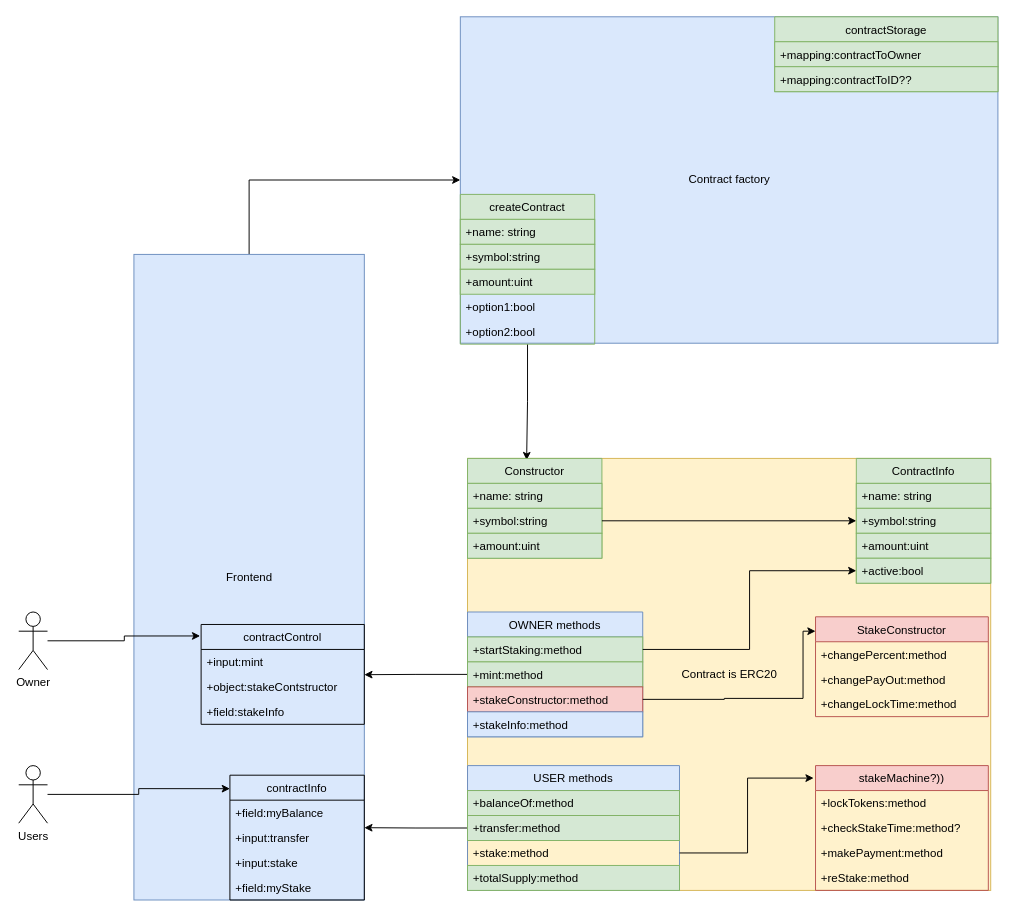
Above: Architecture_v0.1.drawio in bbutterm/TokenFactory (draw.io), before the change. Source tidied: cells renumbered, new cells numbered last; positions are measured from the earlier drawing's top-left corner, leaving out a move shared by most shapes. Both pictures are drawn from the tidied source at 96%, with x=0, y=0 at pixel (18, 16).
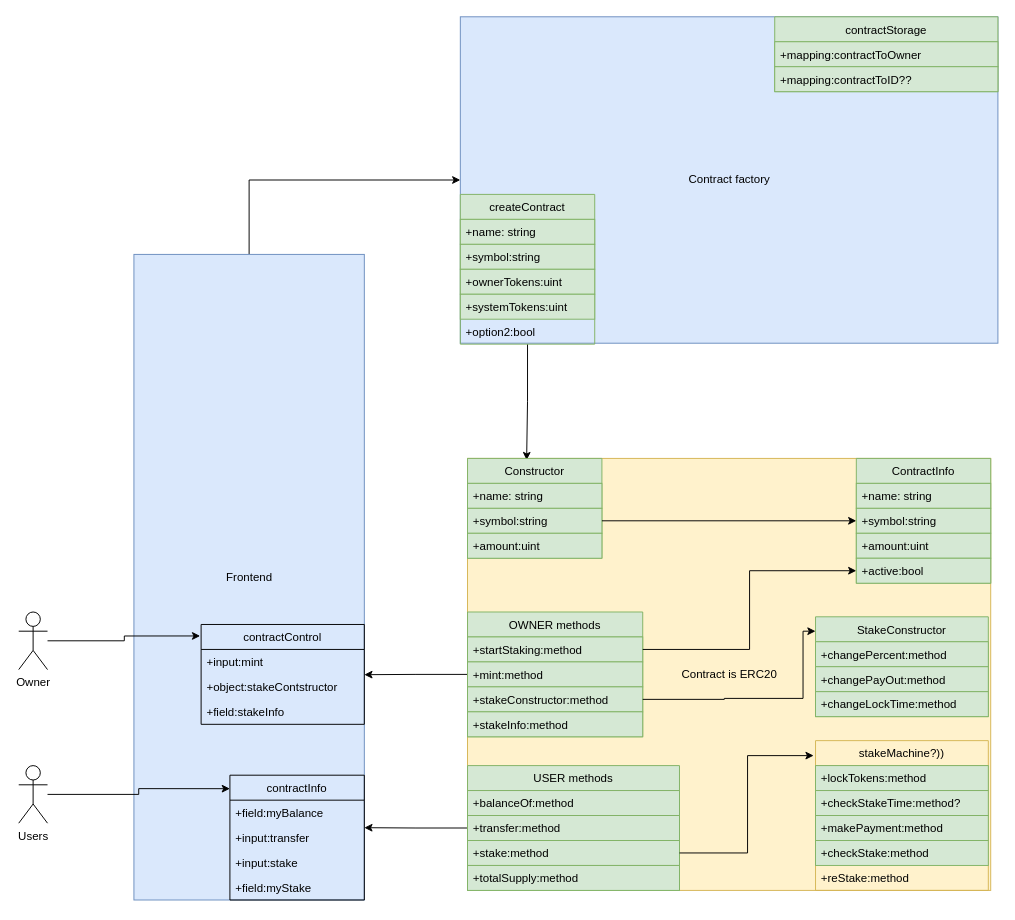
The same page after the edit.

The change refers to these unchanged cells:
```xml
<mxCell id="8" value="createContract" style="swimlane;fontStyle=0;horizontal=1;startSize=26;fillColor=#d5e8d4;strokeColor=#82b366;" parent="1" vertex="1">
  <mxGeometry x="460" y="185" width="140" height="156" as="geometry" />
</mxCell>
```

What changed in the source:
```diff
@@
-    <mxCell id="11" value="+amount:uint" style="text;strokeColor=#82b366;fillColor=#d5e8d4;align=left;verticalAlign=top;spacingLeft=4;spacingRight=4;overflow=hidden;" parent="8" vertex="1">
+    <mxCell id="11" value="+ownerTokens:uint    " style="text;strokeColor=#82b366;fillColor=#d5e8d4;align=left;verticalAlign=top;spacingLeft=4;spacingRight=4;overflow=hidden;" parent="8" vertex="1">
       <mxGeometry y="78" width="140" height="26" as="geometry" />
     </mxCell>
-    <mxCell id="12" value="+option1:bool" style="text;strokeColor=none;fillColor=none;align=left;verticalAlign=top;spacingLeft=4;spacingRight=4;overflow=hidden;" parent="8" vertex="1">
+    <mxCell id="12" value="+systemTokens:uint" style="text;strokeColor=#82b366;fillColor=#d5e8d4;align=left;verticalAlign=top;spacingLeft=4;spacingRight=4;overflow=hidden;" parent="8" vertex="1">
       <mxGeometry y="104" width="140" height="26" as="geometry" />
     </mxCell>
@@
-    <mxCell id="19" value="USER methods" style="swimlane;fontStyle=0;horizontal=1;startSize=26;fillColor=#dae8fc;strokeColor=#6c8ebf;" parent="1" vertex="1">
+    <mxCell id="19" value="USER methods" style="swimlane;fontStyle=0;horizontal=1;startSize=26;fillColor=#d5e8d4;strokeColor=#82b366;" parent="1" vertex="1">
       <mxGeometry x="467.5" y="780" width="220.8" height="130" as="geometry" />
     </mxCell>
@@
-    <mxCell id="22" value="+stake:method" style="text;strokeColor=none;fillColor=none;align=left;verticalAlign=top;spacingLeft=4;spacingRight=4;overflow=hidden;points=[[0,0.5],[1,0.5]];portConstraint=eastwest;" parent="19" vertex="1">
+    <mxCell id="22" value="+stake:method" style="text;strokeColor=#82b366;fillColor=#d5e8d4;align=left;verticalAlign=top;spacingLeft=4;spacingRight=4;overflow=hidden;points=[[0,0.5],[1,0.5]];portConstraint=eastwest;" parent="19" vertex="1">
       <mxGeometry y="78" width="220.8" height="26" as="geometry" />
     </mxCell>
@@
-    <mxCell id="25" value="OWNER methods" style="swimlane;fontStyle=0;horizontal=1;startSize=26;fillColor=#dae8fc;strokeColor=#6c8ebf;" parent="1" vertex="1">
+    <mxCell id="25" value="OWNER methods" style="swimlane;fontStyle=0;horizontal=1;startSize=26;fillColor=#d5e8d4;strokeColor=#82b366;" parent="1" vertex="1">
       <mxGeometry x="467.5" y="620" width="182.5" height="130" as="geometry" />
     </mxCell>
@@
-    <mxCell id="28" value="+stakeConstructor:method" style="text;strokeColor=#b85450;fillColor=#f8cecc;align=left;verticalAlign=top;spacingLeft=4;spacingRight=4;overflow=hidden;points=[[0,0.5],[1,0.5]];portConstraint=eastwest;" parent="25" vertex="1">
+    <mxCell id="28" value="+stakeConstructor:method" style="text;strokeColor=#82b366;fillColor=#d5e8d4;align=left;verticalAlign=top;spacingLeft=4;spacingRight=4;overflow=hidden;points=[[0,0.5],[1,0.5]];portConstraint=eastwest;" parent="25" vertex="1">
       <mxGeometry y="78" width="182.5" height="26" as="geometry" />
     </mxCell>
-    <mxCell id="29" value="+stakeInfo:method" style="text;strokeColor=#6c8ebf;fillColor=#dae8fc;align=left;verticalAlign=top;spacingLeft=4;spacingRight=4;overflow=hidden;" parent="25" vertex="1">
+    <mxCell id="29" value="+stakeInfo:method" style="text;strokeColor=#82b366;fillColor=#d5e8d4;align=left;verticalAlign=top;spacingLeft=4;spacingRight=4;overflow=hidden;" parent="25" vertex="1">
       <mxGeometry y="104" width="182.5" height="26" as="geometry" />
     </mxCell>
@@
-    <mxCell id="51" value="StakeConstructor" style="swimlane;fontStyle=0;horizontal=1;startSize=26;fillColor=#f8cecc;strokeColor=#b85450;" parent="1" vertex="1">
+    <mxCell id="51" value="StakeConstructor" style="swimlane;fontStyle=0;horizontal=1;startSize=26;fillColor=#d5e8d4;strokeColor=#82b366;" parent="1" vertex="1">
       <mxGeometry x="830" y="625" width="180" height="104" as="geometry" />
     </mxCell>
-    <mxCell id="52" value="+changePercent:method" style="text;strokeColor=none;fillColor=none;align=left;verticalAlign=top;spacingLeft=4;spacingRight=4;overflow=hidden;" parent="51" vertex="1">
+    <mxCell id="52" value="+changePercent:method" style="text;strokeColor=#82b366;fillColor=#d5e8d4;align=left;verticalAlign=top;spacingLeft=4;spacingRight=4;overflow=hidden;" parent="51" vertex="1">
       <mxGeometry y="26" width="180" height="26" as="geometry" />
     </mxCell>
-    <mxCell id="53" value="+changePayOut:method" style="text;strokeColor=none;fillColor=none;align=left;verticalAlign=top;spacingLeft=4;spacingRight=4;overflow=hidden;" parent="51" vertex="1">
+    <mxCell id="53" value="+changePayOut:method" style="text;strokeColor=#82b366;fillColor=#d5e8d4;align=left;verticalAlign=top;spacingLeft=4;spacingRight=4;overflow=hidden;" parent="51" vertex="1">
       <mxGeometry y="52" width="180" height="26" as="geometry" />
     </mxCell>
-    <mxCell id="54" value="+changeLockTime:method" style="text;strokeColor=none;fillColor=none;align=left;verticalAlign=top;spacingLeft=4;spacingRight=4;overflow=hidden;" parent="51" vertex="1">
+    <mxCell id="54" value="+changeLockTime:method" style="text;strokeColor=#82b366;fillColor=#d5e8d4;align=left;verticalAlign=top;spacingLeft=4;spacingRight=4;overflow=hidden;" parent="51" vertex="1">
       <mxGeometry y="78" width="180" height="26" as="geometry" />
     </mxCell>
@@
-    <mxCell id="57" value="stakeMachine?))" style="swimlane;fontStyle=0;horizontal=1;startSize=26;fillColor=#f8cecc;strokeColor=#b85450;" parent="1" vertex="1">
-      <mxGeometry x="830" y="780" width="180" height="130" as="geometry" />
+    <mxCell id="57" value="stakeMachine?))" style="swimlane;fontStyle=0;horizontal=1;startSize=26;fillColor=#fff2cc;strokeColor=#d6b656;" parent="1" vertex="1">
+      <mxGeometry x="830" y="754" width="180" height="156" as="geometry" />
     </mxCell>
-    <mxCell id="58" value="+lockTokens:method" style="text;strokeColor=none;fillColor=none;align=left;verticalAlign=top;spacingLeft=4;spacingRight=4;overflow=hidden;" parent="57" vertex="1">
+    <mxCell id="58" value="+lockTokens:method" style="text;strokeColor=#82b366;fillColor=#d5e8d4;align=left;verticalAlign=top;spacingLeft=4;spacingRight=4;overflow=hidden;" parent="57" vertex="1">
       <mxGeometry y="26" width="180" height="26" as="geometry" />
     </mxCell>
-    <mxCell id="59" value="+checkStakeTime:method?" style="text;strokeColor=none;fillColor=none;align=left;verticalAlign=top;spacingLeft=4;spacingRight=4;overflow=hidden;" parent="57" vertex="1">
+    <mxCell id="59" value="+checkStakeTime:method?" style="text;strokeColor=#82b366;fillColor=#d5e8d4;align=left;verticalAlign=top;spacingLeft=4;spacingRight=4;overflow=hidden;" parent="57" vertex="1">
       <mxGeometry y="52" width="180" height="26" as="geometry" />
     </mxCell>
-    <mxCell id="60" value="+makePayment:method" style="text;strokeColor=none;fillColor=none;align=left;verticalAlign=top;spacingLeft=4;spacingRight=4;overflow=hidden;" parent="57" vertex="1">
+    <mxCell id="60" value="+makePayment:method" style="text;strokeColor=#82b366;fillColor=#d5e8d4;align=left;verticalAlign=top;spacingLeft=4;spacingRight=4;overflow=hidden;" parent="57" vertex="1">
       <mxGeometry y="78" width="180" height="26" as="geometry" />
     </mxCell>
+    <mxCell id="63" value="+checkStake:method" style="text;strokeColor=#82b366;fillColor=#d5e8d4;align=left;verticalAlign=top;spacingLeft=4;spacingRight=4;overflow=hidden;" parent="57" vertex="1">
+      <mxGeometry y="104" width="180" height="26" as="geometry" />
+    </mxCell>
     <mxCell id="61" value="+reStake:method" style="text;strokeColor=none;fillColor=none;align=left;verticalAlign=top;spacingLeft=4;spacingRight=4;overflow=hidden;" parent="57" vertex="1">
-      <mxGeometry y="104" width="180" height="26" as="geometry" />
+      <mxGeometry y="130" width="180" height="26" as="geometry" />
     </mxCell>
```
